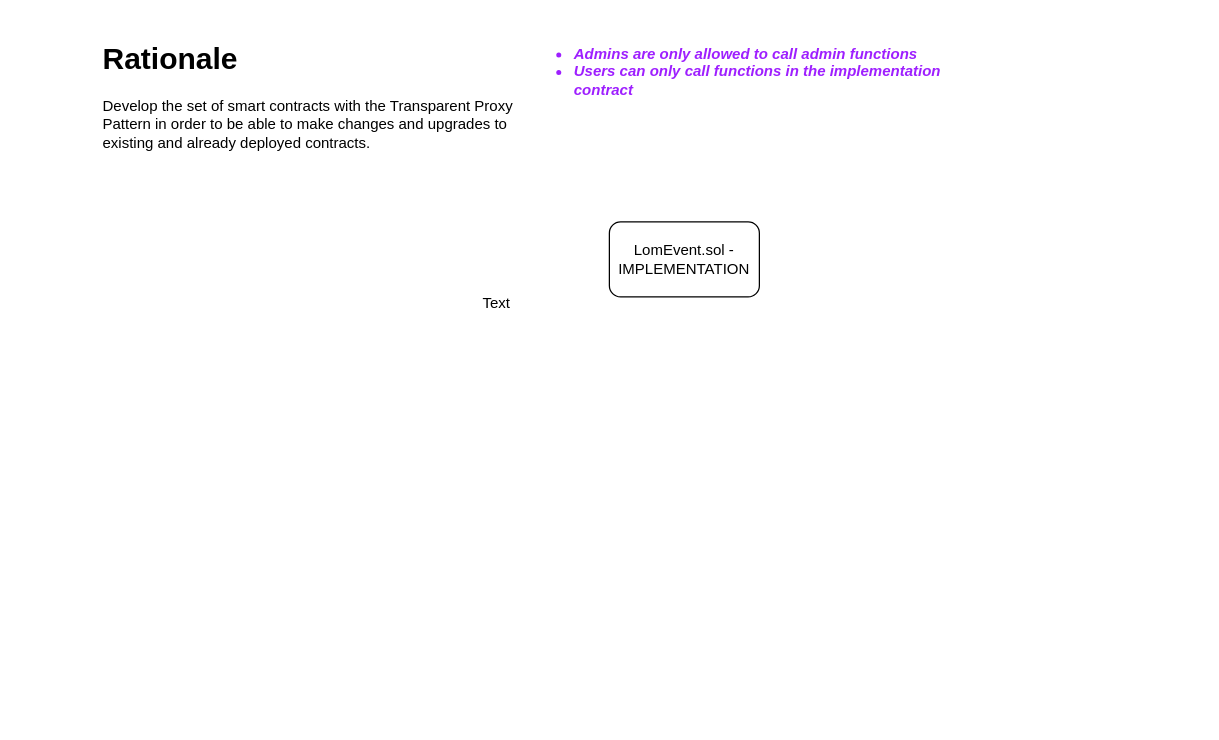
LOMPLAY-SAS/DOCS keeps this draw.io diagram as Upgradeability Diagram.drawio. Above is the earlier version. Source tidied: cells renumbered, new cells numbered last; positions are measured from the earlier drawing's top-left corner, leaving out a move shared by most shapes. Both pictures are drawn from the tidied source at 125%, with x=0, y=0 at pixel (96, 21).
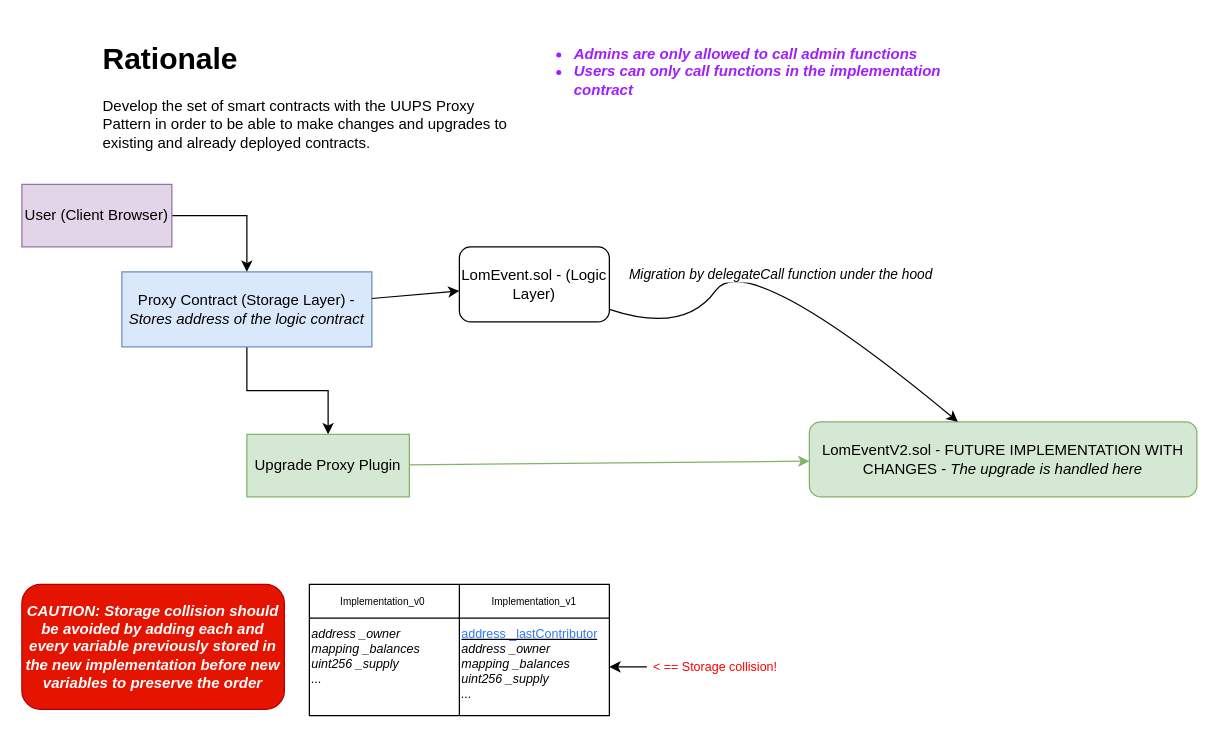
After the change.

Diff of the diagram source:
```diff
@@
-    <mxCell id="2" value="LomEvent.sol - IMPLEMENTATION" style="rounded=1;whiteSpace=wrap;html=1;" parent="1" vertex="1">
-      <mxGeometry x="410" y="160" width="120" height="60" as="geometry" />
+    <mxCell id="2" value="LomEvent.sol - (Logic Layer)" style="rounded=1;whiteSpace=wrap;html=1;" parent="1" vertex="1">
+      <mxGeometry x="290" y="180" width="120" height="60" as="geometry" />
     </mxCell>
-    <mxCell id="3" value="&lt;h1&gt;Rationale&lt;/h1&gt;&lt;p&gt;Develop the set of smart contracts with the Transparent Proxy Pattern in order to be able to make changes and upgrades to existing and already deployed contracts.&lt;/p&gt;" style="text;html=1;strokeColor=none;fillColor=none;spacing=5;spacingTop=-20;whiteSpace=wrap;overflow=hidden;rounded=0;" parent="1" vertex="1">
+    <mxCell id="3" value="&lt;h1&gt;Rationale&lt;/h1&gt;&lt;p&gt;Develop the set of smart contracts with the UUPS Proxy Pattern in order to be able to make changes and upgrades to existing and already deployed contracts.&lt;/p&gt;" style="text;html=1;strokeColor=none;fillColor=none;spacing=5;spacingTop=-20;whiteSpace=wrap;overflow=hidden;rounded=0;" parent="1" vertex="1">
       <mxGeometry y="10" width="340" height="120" as="geometry" />
     </mxCell>
+    <mxCell id="6" style="edgeStyle=orthogonalEdgeStyle;rounded=0;jettySize=auto;html=1;exitX=0.5;exitY=1;exitDx=0;exitDy=0;" parent="1" edge="1" source="4" target="10">
+      <mxGeometry relative="1" as="geometry" />
+    </mxCell>
-    <mxCell id="4" value="Text" style="text;html=1;strokeColor=none;fillColor=none;align=center;verticalAlign=middle;whiteSpace=wrap;rounded=0;" parent="1" vertex="1">
-      <mxGeometry x="290" y="210" width="60" height="30" as="geometry" />
+    <mxCell id="4" value="Proxy Contract (Storage Layer) - &lt;i&gt;Stores address of the logic contract&lt;/i&gt;" style="text;html=1;strokeColor=#6c8ebf;fillColor=#dae8fc;align=center;verticalAlign=middle;whiteSpace=wrap;rounded=0;" parent="1" vertex="1">
+      <mxGeometry x="20" y="200" width="200" height="60" as="geometry" />
     </mxCell>
@@
+    <mxCell id="7" value="LomEventV2.sol - FUTURE IMPLEMENTATION WITH CHANGES - &lt;i&gt;The upgrade is handled here&lt;/i&gt;" style="rounded=1;whiteSpace=wrap;html=1;fillColor=#d5e8d4;strokeColor=#82b366;" parent="1" vertex="1">
+      <mxGeometry x="570" y="320" width="310" height="60" as="geometry" />
+    </mxCell>
+    <mxCell id="8" style="endArrow=classic;html=1;rounded=0;" parent="1" edge="1" source="4" target="2">
+      <mxGeometry relative="1" as="geometry" />
+    </mxCell>
+    <mxCell id="9" style="endArrow=classic;html=1;rounded=0;fillColor=#d5e8d4;strokeColor=#82b366;" parent="1" edge="1" source="10" target="7">
+      <mxGeometry relative="1" as="geometry" />
+    </mxCell>
+    <mxCell id="10" value="Upgrade Proxy Plugin" style="text;html=1;strokeColor=#82b366;fillColor=#d5e8d4;align=center;verticalAlign=middle;whiteSpace=wrap;rounded=0;" parent="1" vertex="1">
+      <mxGeometry x="120" y="330" width="130" height="50" as="geometry" />
+    </mxCell>
+    <mxCell id="11" style="edgeStyle=orthogonalEdgeStyle;rounded=0;jettySize=auto;html=1;exitX=1;exitY=0.5;exitDx=0;exitDy=0;" parent="1" edge="1" source="12" target="4">
+      <mxGeometry relative="1" as="geometry" />
+    </mxCell>
+    <mxCell id="12" value="User (Client Browser)" style="text;html=1;strokeColor=#9673a6;fillColor=#e1d5e7;align=center;verticalAlign=middle;whiteSpace=wrap;rounded=0;" parent="1" vertex="1">
+      <mxGeometry x="-60" y="130" width="120" height="50" as="geometry" />
+    </mxCell>
+    <mxCell id="13" value="&lt;i&gt;Migration by delegateCall function under the hood&lt;/i&gt;" style="curved=1;endArrow=classic;html=1;rounded=0;" parent="1" edge="1" source="2" target="7">
+      <mxGeometry relative="1" as="geometry">
+        <Array as="points">
+          <mxPoint x="470" y="250" />
+          <mxPoint x="520" y="180" />
+        </Array>
+      </mxGeometry>
+    </mxCell>
+    <mxCell id="14" value="CAUTION: Storage collision should be avoided by adding each and every variable previously stored in the new implementation before new variables to preserve the order" style="rounded=1;whiteSpace=wrap;html=1;fillColor=#e51400;strokeColor=#B20000;fontColor=#ffffff;fontStyle=3;" parent="1" vertex="1">
+      <mxGeometry x="-60" y="450" width="210" height="100" as="geometry" />
+    </mxCell>
+    <mxCell id="15" style="shape=table;startSize=0;childLayout=tableLayout;" parent="1" vertex="1">
+      <mxGeometry x="170" y="450" width="240" height="105" as="geometry" />
+    </mxCell>
+    <mxCell id="16" style="shape=tableRow;horizontal=0;startSize=0;swimlaneHead=0;swimlaneBody=0;top=0;left=0;bottom=0;right=0;fillColor=none;" parent="15" vertex="1">
+      <mxGeometry width="240" height="27" as="geometry" />
+    </mxCell>
+    <mxCell id="17" value="Implementation_v0&lt;span style=&quot;white-space: pre; font-size: 8px;&quot;&gt; &lt;/span&gt;" style="shape=partialRectangle;html=1;whiteSpace=wrap;overflow=hidden;fillColor=none;top=0;left=0;bottom=0;right=0;fontSize=8;" parent="16" vertex="1">
+      <mxGeometry width="120" height="27" as="geometry" />
+    </mxCell>
+    <mxCell id="18" value="&lt;span style=&quot;font-size: 8px;&quot;&gt;Implementation_v1&lt;/span&gt;" style="shape=partialRectangle;html=1;whiteSpace=wrap;overflow=hidden;fillColor=none;top=0;left=0;bottom=0;right=0;fontSize=8;" parent="16" vertex="1">
+      <mxGeometry x="120" width="120" height="27" as="geometry" />
+    </mxCell>
+    <mxCell id="19" style="shape=tableRow;horizontal=0;startSize=0;swimlaneHead=0;swimlaneBody=0;top=0;left=0;bottom=0;right=0;fillColor=none;points=[[0,0.5],[1,0.5]];portConstraint=eastwest;" parent="15" vertex="1">
+      <mxGeometry y="27" width="240" height="78" as="geometry" />
+    </mxCell>
+    <mxCell id="20" value="&lt;i&gt;address _owner&lt;br style=&quot;font-size: 10px&quot;&gt;mapping _balances&lt;br style=&quot;font-size: 10px&quot;&gt;uint256 _supply&lt;br style=&quot;font-size: 10px&quot;&gt;...&lt;/i&gt;" style="shape=partialRectangle;html=1;whiteSpace=wrap;overflow=hidden;fillColor=none;top=0;left=0;bottom=0;right=0;fontSize=10;verticalAlign=top;align=left;" parent="19" vertex="1">
+      <mxGeometry width="120" height="78" as="geometry" />
+    </mxCell>
+    <mxCell id="21" value="&lt;u&gt;&lt;font color=&quot;#3075ff&quot;&gt;address _lastContributor&lt;/font&gt;&lt;/u&gt;&lt;br style=&quot;font-size: 10px&quot;&gt;&lt;i&gt;address _owner&lt;br style=&quot;font-size: 10px&quot;&gt;mapping _balances&lt;br style=&quot;font-size: 10px&quot;&gt;uint256 _supply&lt;br style=&quot;font-size: 10px&quot;&gt;...&lt;/i&gt;" style="shape=partialRectangle;html=1;whiteSpace=wrap;overflow=hidden;fillColor=none;top=0;left=0;bottom=0;right=0;fontSize=10;verticalAlign=top;align=left;" parent="19" vertex="1">
+      <mxGeometry x="120" width="120" height="78" as="geometry" />
+    </mxCell>
+    <mxCell id="22" style="edgeStyle=orthogonalEdgeStyle;rounded=0;jettySize=auto;html=1;exitX=0;exitY=0.5;exitDx=0;exitDy=0;fontSize=10;fontColor=#FF0000;" parent="1" edge="1" source="23" target="19">
+      <mxGeometry relative="1" as="geometry" />
+    </mxCell>
+    <mxCell id="23" value="&amp;lt; == Storage collision!" style="text;html=1;strokeColor=none;fillColor=none;align=center;verticalAlign=middle;whiteSpace=wrap;rounded=0;fontSize=10;fontColor=#FF0000;" parent="1" vertex="1">
+      <mxGeometry x="440" y="501" width="110" height="30" as="geometry" />
+    </mxCell>
```
